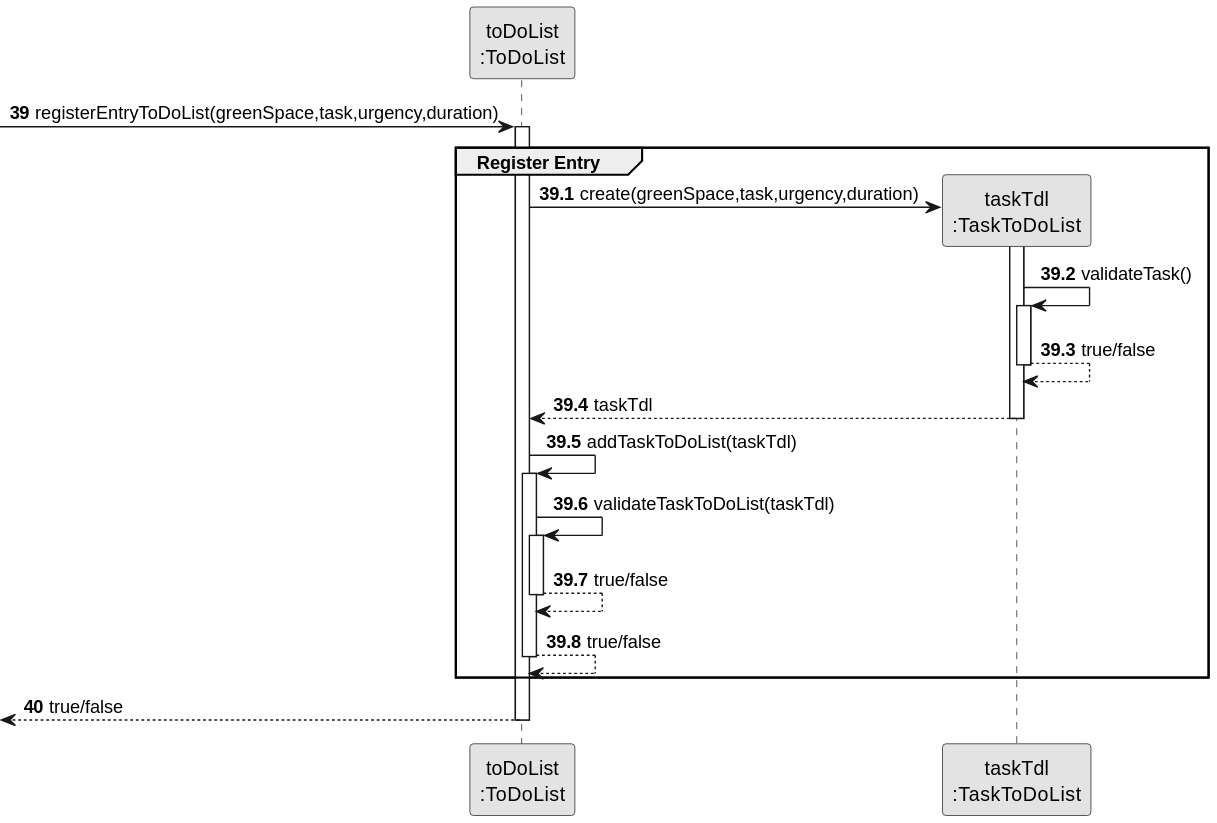
Earlier version of the PlantUML export docs/sprint3/us21/03.design/svg/us21-sequence-diagram-partial-add-to-do-list.svg (Departamento-de-Engenharia-Informatica/lei-24-s2-1db-g022). The source it was exported from:
```plantuml
@startuml
skinparam monochrome true
skinparam packageStyle rectangle
skinparam shadowing false

participant "toDoList\n:ToDoList" as TDL
participant "taskTdl\n:TaskToDoList" as TTDL

autonumber 39
-> TDL: registerEntryToDoList(greenSpace,task,urgency,duration)

autonumber 39.1
activate TDL
    group Register Entry

        TDL -> TTDL**: create(greenSpace,task,urgency,duration)

    activate TTDL

        TTDL -> TTDL: validateTask()
    activate TTDL

        TTDL --> TTDL: true/false
    deactivate TTDL

        TTDL --> TDL : taskTdl
    deactivate TTDL

        TDL -> TDL: addTaskToDoList(taskTdl)
    activate TDL

        TDL -> TDL: validateTaskToDoList(taskTdl)
    activate TDL

        TDL --> TDL : true/false
    deactivate TDL

        TDL --> TDL : true/false
    deactivate TDL
    end

    autonumber 40
    <-- TDL : true/false
deactivate TDL
@enduml
```
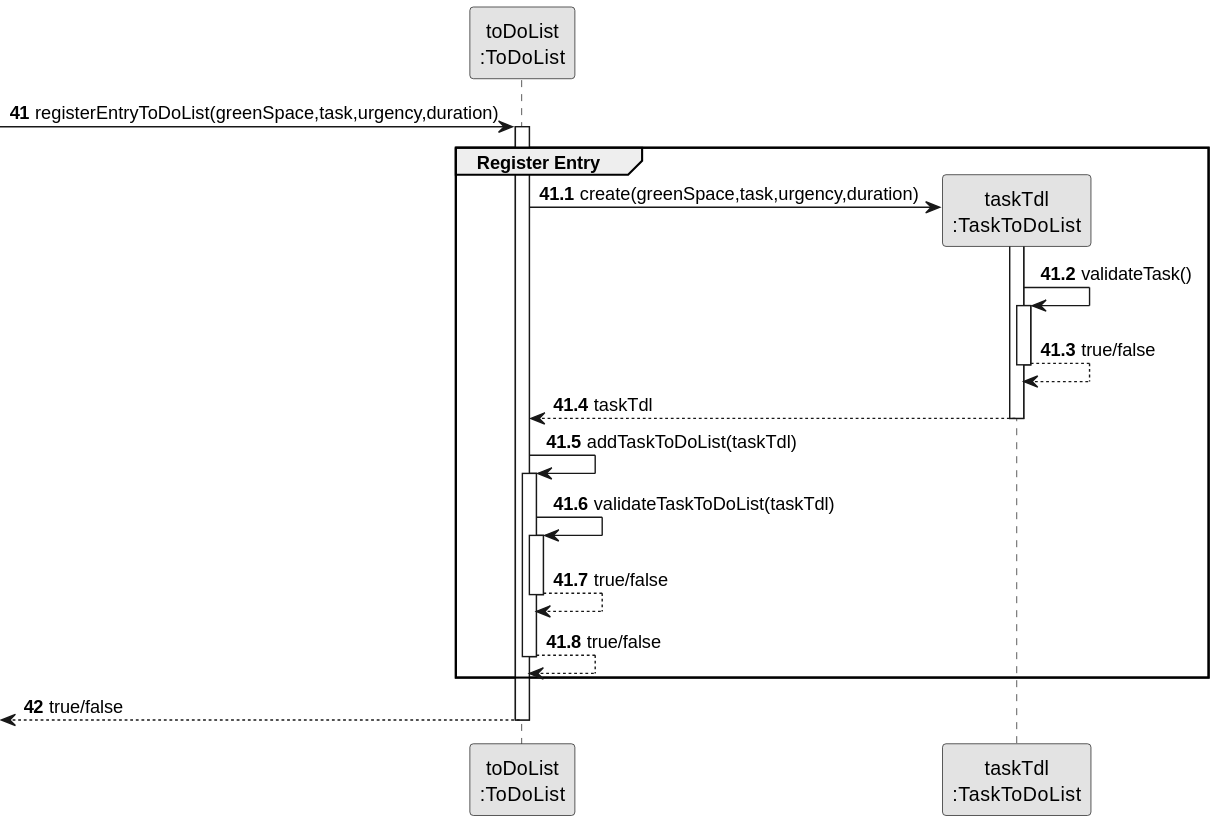
The same diagram one commit later.

Change to the diagram source:
```diff
@@ -6,10 +6,10 @@
 participant "toDoList\n:ToDoList" as TDL
 participant "taskTdl\n:TaskToDoList" as TTDL
 
-autonumber 39
+autonumber 41
 -> TDL: registerEntryToDoList(greenSpace,task,urgency,duration)
 
-autonumber 39.1
+autonumber 41.1
 activate TDL
     group Register Entry
 
@@ -39,7 +39,7 @@
     deactivate TDL
     end
 
-    autonumber 40
+    autonumber 42
     <-- TDL : true/false
 deactivate TDL
 @enduml
```
